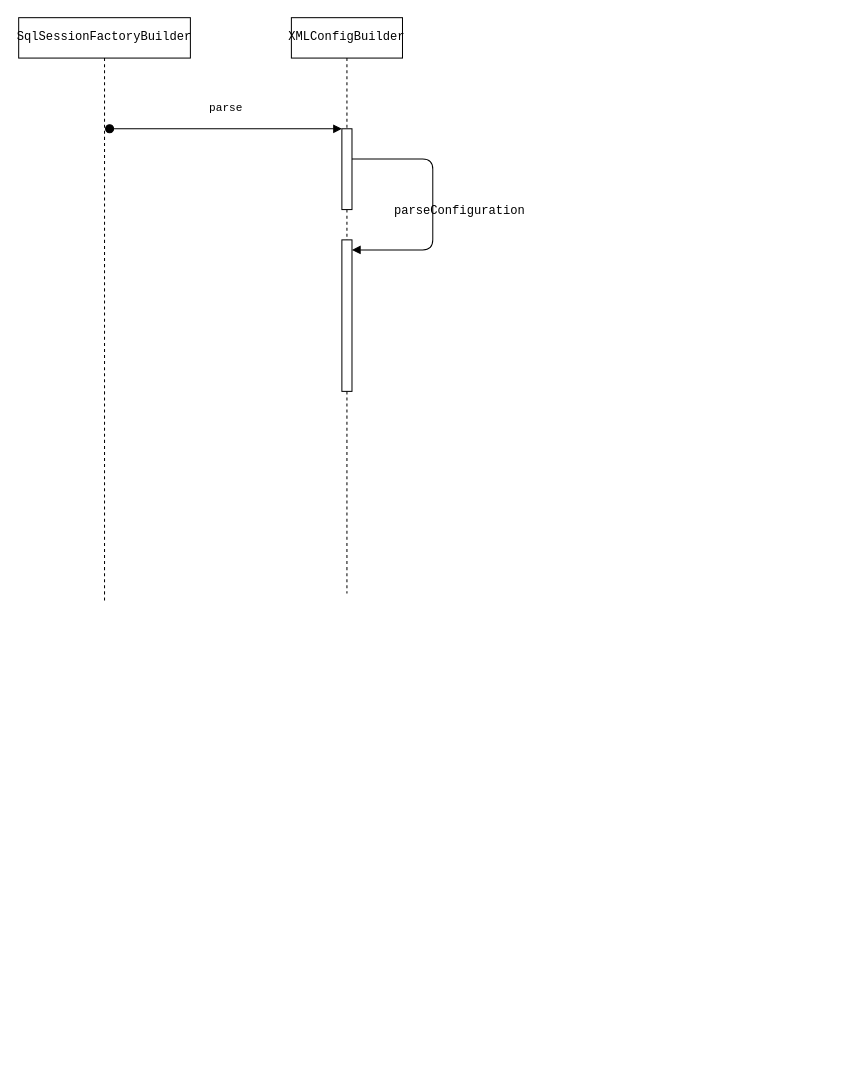
Before: mybatis.drawio in kaiguoyuanshuai/mybatis3, a draw.io diagram. Source tidied: cells renumbered, new cells numbered last; positions are measured from the earlier drawing's top-left corner, leaving out a move shared by most shapes. Both pictures are drawn from the tidied source at 101%, with x=0, y=0 at pixel (18, 17).
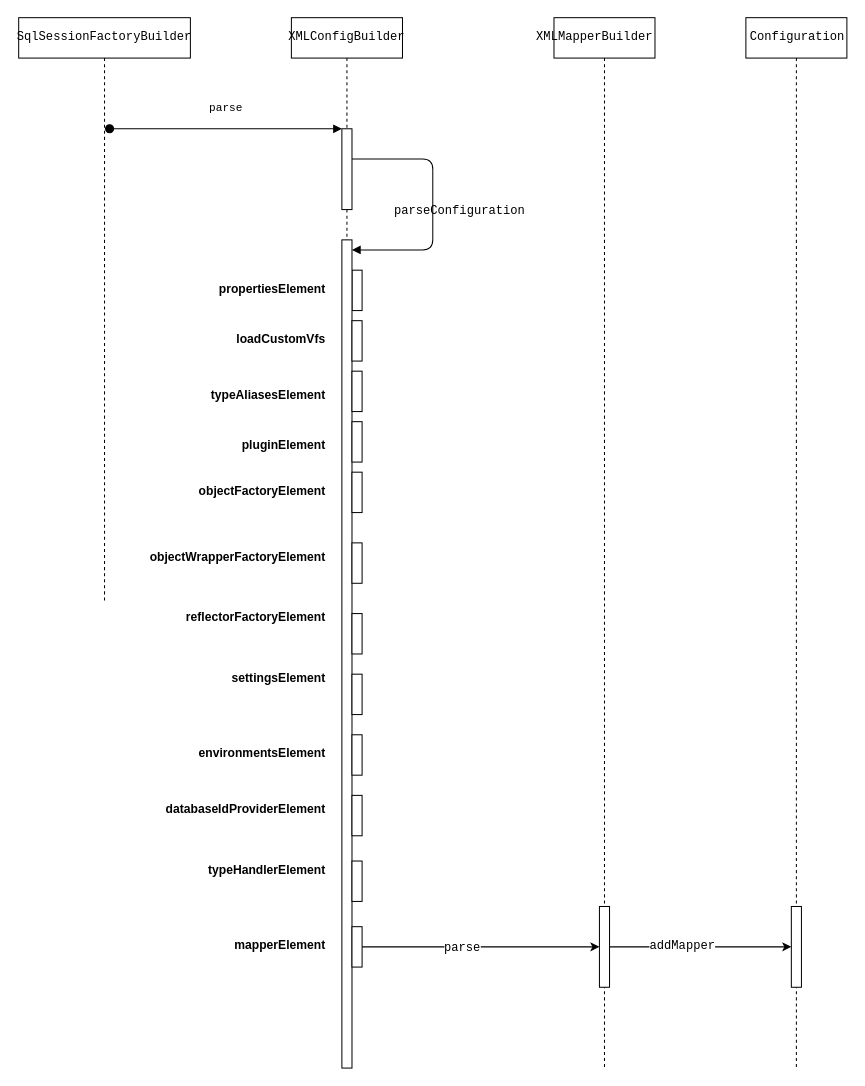
The same page after the edit.

Commit message:
画图解析过程

The change refers to these unchanged cells:
```xml
<mxCell id="3" value="&lt;pre&gt;&lt;span&gt;XMLConfigBuilder&lt;/span&gt;&lt;/pre&gt;" style="shape=umlLifeline;perimeter=lifelinePerimeter;whiteSpace=wrap;html=1;" parent="1" vertex="1">
  <mxGeometry x="270" width="110" height="570" as="geometry" />
</mxCell>
```

What changed in the source:
```diff
@@
+    <mxCell id="10" style="html=1;perimeter=orthogonalPerimeter;" parent="3" vertex="1">
+      <mxGeometry x="60" y="250" width="10" height="40" as="geometry" />
+    </mxCell>
     <mxCell id="8" style="html=1;perimeter=orthogonalPerimeter;" parent="1" vertex="1">
-      <mxGeometry x="320" y="220" width="10" height="150" as="geometry" />
+      <mxGeometry x="320" y="220" width="10" height="820" as="geometry" />
     </mxCell>
@@
+    <mxCell id="11" style="html=1;perimeter=orthogonalPerimeter;" parent="1" vertex="1">
+      <mxGeometry x="330" y="300" width="10" height="40" as="geometry" />
+    </mxCell>
+    <mxCell id="12" style="html=1;perimeter=orthogonalPerimeter;" parent="1" vertex="1">
+      <mxGeometry x="330" y="350" width="10" height="40" as="geometry" />
+    </mxCell>
+    <mxCell id="13" style="html=1;perimeter=orthogonalPerimeter;" parent="1" vertex="1">
+      <mxGeometry x="330" y="400" width="10" height="40" as="geometry" />
+    </mxCell>
+    <mxCell id="14" style="html=1;perimeter=orthogonalPerimeter;" parent="1" vertex="1">
+      <mxGeometry x="330" y="450" width="10" height="40" as="geometry" />
+    </mxCell>
+    <mxCell id="15" value="propertiesElement" style="text;html=1;align=right;fontStyle=1;fontFamily=Helvetica;" parent="1" vertex="1">
+      <mxGeometry x="185" y="255" width="120" height="30" as="geometry" />
+    </mxCell>
+    <mxCell id="16" value="&lt;div&gt;&lt;span&gt;loadCustomVfs&lt;/span&gt;&lt;/div&gt;" style="text;html=1;align=right;fontStyle=1;fontFamily=Helvetica;" parent="1" vertex="1">
+      <mxGeometry x="185" y="305" width="120" height="30" as="geometry" />
+    </mxCell>
+    <mxCell id="17" value="&lt;div&gt;&lt;div&gt;&lt;span&gt;typeAliasesElement&lt;/span&gt;&lt;/div&gt;&lt;/div&gt;" style="text;html=1;fontFamily=Helvetica;fontStyle=1;align=right;" parent="1" vertex="1">
+      <mxGeometry x="185" y="360" width="120" height="30" as="geometry" />
+    </mxCell>
+    <mxCell id="18" value="&lt;div&gt;&lt;div&gt;&lt;div&gt;&lt;span&gt;pluginElement&lt;/span&gt;&lt;/div&gt;&lt;/div&gt;&lt;/div&gt;" style="text;html=1;align=right;fontStyle=1;fontFamily=Helvetica;" parent="1" vertex="1">
+      <mxGeometry x="185" y="410" width="120" height="30" as="geometry" />
+    </mxCell>
+    <mxCell id="19" value="&lt;div&gt;&lt;div&gt;&lt;div&gt;&lt;div&gt;&lt;span&gt;objectFactoryElement&lt;/span&gt;&lt;/div&gt;&lt;/div&gt;&lt;/div&gt;&lt;/div&gt;" style="text;html=1;align=right;fontStyle=1;fontFamily=Helvetica;" parent="1" vertex="1">
+      <mxGeometry x="185" y="455" width="120" height="30" as="geometry" />
+    </mxCell>
+    <mxCell id="20" value="&lt;div&gt;&lt;div&gt;&lt;div&gt;&lt;div&gt;&lt;div&gt;&lt;span&gt;objectWrapperFactoryElement&lt;/span&gt;&lt;/div&gt;&lt;/div&gt;&lt;/div&gt;&lt;/div&gt;&lt;/div&gt;" style="text;html=1;align=right;fontStyle=1;fontFamily=Helvetica;" parent="1" vertex="1">
+      <mxGeometry x="185" y="520" width="120" height="30" as="geometry" />
+    </mxCell>
+    <mxCell id="21" value="&lt;div&gt;&lt;div&gt;&lt;div&gt;&lt;div&gt;&lt;div&gt;&lt;span&gt;reflectorFactoryElement&lt;/span&gt;&lt;/div&gt;&lt;/div&gt;&lt;/div&gt;&lt;/div&gt;&lt;/div&gt;" style="text;html=1;align=right;fontStyle=1;fontFamily=Helvetica;" parent="1" vertex="1">
+      <mxGeometry x="185" y="580" width="120" height="30" as="geometry" />
+    </mxCell>
+    <mxCell id="22" value="&lt;div&gt;&lt;div&gt;&lt;div&gt;&lt;div&gt;&lt;div&gt;&lt;span&gt;settingsElement&lt;/span&gt;&lt;/div&gt;&lt;/div&gt;&lt;/div&gt;&lt;/div&gt;&lt;/div&gt;" style="text;html=1;align=right;fontStyle=1;fontFamily=Helvetica;" parent="1" vertex="1">
+      <mxGeometry x="185" y="640" width="120" height="30" as="geometry" />
+    </mxCell>
+    <mxCell id="23" value="&lt;div&gt;&lt;div&gt;&lt;div&gt;&lt;div&gt;&lt;div&gt;&lt;div&gt;&lt;span&gt;environmentsElement&lt;/span&gt;&lt;/div&gt;&lt;/div&gt;&lt;/div&gt;&lt;/div&gt;&lt;/div&gt;&lt;/div&gt;" style="text;html=1;align=right;fontStyle=1;fontFamily=Helvetica;" parent="1" vertex="1">
+      <mxGeometry x="185" y="715" width="120" height="30" as="geometry" />
+    </mxCell>
+    <mxCell id="24" value="&lt;div&gt;&lt;div&gt;&lt;div&gt;&lt;div&gt;&lt;div&gt;&lt;div&gt;&lt;span&gt;databaseIdProviderElement&lt;/span&gt;&lt;/div&gt;&lt;/div&gt;&lt;/div&gt;&lt;/div&gt;&lt;/div&gt;&lt;/div&gt;" style="text;html=1;align=right;fontStyle=1;fontFamily=Helvetica;" parent="1" vertex="1">
+      <mxGeometry x="185" y="770" width="120" height="30" as="geometry" />
+    </mxCell>
+    <mxCell id="25" value="&lt;div&gt;&lt;div&gt;&lt;div&gt;&lt;div&gt;&lt;div&gt;&lt;div&gt;&lt;span&gt;typeHandlerElement&lt;/span&gt;&lt;/div&gt;&lt;/div&gt;&lt;/div&gt;&lt;/div&gt;&lt;/div&gt;&lt;/div&gt;" style="text;html=1;align=right;fontStyle=1;fontFamily=Helvetica;" parent="1" vertex="1">
+      <mxGeometry x="185" y="830" width="120" height="30" as="geometry" />
+    </mxCell>
+    <mxCell id="26" value="&lt;div&gt;&lt;div&gt;&lt;div&gt;&lt;div&gt;&lt;div&gt;&lt;div&gt;&lt;div&gt;&lt;span&gt;mapperElement&lt;/span&gt;&lt;/div&gt;&lt;/div&gt;&lt;/div&gt;&lt;/div&gt;&lt;/div&gt;&lt;/div&gt;&lt;/div&gt;" style="text;html=1;align=right;fontStyle=1;fontFamily=Helvetica;" parent="1" vertex="1">
+      <mxGeometry x="185" y="905" width="120" height="30" as="geometry" />
+    </mxCell>
+    <mxCell id="27" style="html=1;perimeter=orthogonalPerimeter;" parent="1" vertex="1">
+      <mxGeometry x="330" y="520" width="10" height="40" as="geometry" />
+    </mxCell>
+    <mxCell id="28" style="html=1;perimeter=orthogonalPerimeter;" parent="1" vertex="1">
+      <mxGeometry x="330" y="590" width="10" height="40" as="geometry" />
+    </mxCell>
+    <mxCell id="29" style="html=1;perimeter=orthogonalPerimeter;" parent="1" vertex="1">
+      <mxGeometry x="330" y="650" width="10" height="40" as="geometry" />
+    </mxCell>
+    <mxCell id="30" style="html=1;perimeter=orthogonalPerimeter;" parent="1" vertex="1">
+      <mxGeometry x="330" y="710" width="10" height="40" as="geometry" />
+    </mxCell>
+    <mxCell id="31" style="html=1;perimeter=orthogonalPerimeter;" parent="1" vertex="1">
+      <mxGeometry x="330" y="770" width="10" height="40" as="geometry" />
+    </mxCell>
+    <mxCell id="32" style="html=1;perimeter=orthogonalPerimeter;" parent="1" vertex="1">
+      <mxGeometry x="330" y="835" width="10" height="40" as="geometry" />
+    </mxCell>
+    <mxCell id="33" style="edgeStyle=entityRelationEdgeStyle;rounded=0;jettySize=auto;html=1;fontFamily=Helvetica;" parent="1" edge="1" source="35" target="37">
+      <mxGeometry relative="1" as="geometry" />
+    </mxCell>
+    <mxCell id="34" value="&lt;pre&gt;&lt;pre&gt;&lt;span&gt;parse&lt;/span&gt;&lt;/pre&gt;&lt;/pre&gt;" style="text;html=1;align=center;verticalAlign=middle;labelBackgroundColor=#ffffff;fontFamily=Helvetica;" parent="33" vertex="1">
+      <mxGeometry x="-0.17" y="-1" relative="1" as="geometry" />
+    </mxCell>
+    <mxCell id="35" style="html=1;points=[];perimeter=orthogonalPerimeter;" parent="1" vertex="1">
+      <mxGeometry x="330" y="900" width="10" height="40" as="geometry" />
+    </mxCell>
+    <mxCell id="36" value="&lt;pre&gt;&lt;span&gt;XMLMapperBuilder&lt;/span&gt;&lt;/pre&gt;" style="shape=umlLifeline;perimeter=lifelinePerimeter;whiteSpace=wrap;html=1;fontFamily=Helvetica;align=right;" parent="1" vertex="1">
+      <mxGeometry x="530" width="100" height="1040" as="geometry" />
+    </mxCell>
+    <mxCell id="37" style="html=1;points=[];perimeter=orthogonalPerimeter;fontFamily=Helvetica;align=right;" parent="36" vertex="1">
+      <mxGeometry x="45" y="880" width="10" height="80" as="geometry" />
+    </mxCell>
+    <mxCell id="38" value="&lt;pre&gt;&lt;pre&gt;&lt;span&gt;Configuration&lt;/span&gt;&lt;/pre&gt;&lt;/pre&gt;" style="shape=umlLifeline;perimeter=lifelinePerimeter;whiteSpace=wrap;html=1;fontFamily=Helvetica;align=right;" parent="1" vertex="1">
+      <mxGeometry x="720" width="100" height="1040" as="geometry" />
+    </mxCell>
+    <mxCell id="39" style="html=1;points=[];perimeter=orthogonalPerimeter;fontFamily=Helvetica;align=right;" parent="38" vertex="1">
+      <mxGeometry x="45" y="880" width="10" height="80" as="geometry" />
+    </mxCell>
+    <mxCell id="40" style="edgeStyle=entityRelationEdgeStyle;rounded=0;jettySize=auto;html=1;fontFamily=Helvetica;" parent="1" edge="1" source="37" target="39">
+      <mxGeometry relative="1" as="geometry" />
+    </mxCell>
+    <mxCell id="41" value="&lt;pre&gt;&lt;span&gt;addMapper&lt;/span&gt;&lt;/pre&gt;" style="text;html=1;align=center;verticalAlign=middle;labelBackgroundColor=#ffffff;fontFamily=Helvetica;" parent="40" vertex="1">
+      <mxGeometry x="-0.21" y="1" relative="1" as="geometry" />
+    </mxCell>
```
